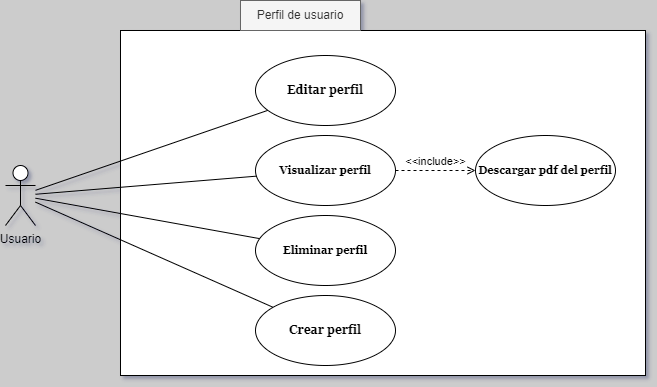
The draw.io diagram CU004.png in CH3MOO/SpecialityX, before a commit. Source tidied: cells renumbered, new cells last; positions are measured from the earlier drawing's top-left corner, leaving out a move shared by most shapes. Its diagram source:
```xml
<mxGraphModel background="#CCCCCC" shadow="1">
  <root>
    <mxCell id="0" />
    <mxCell id="1" parent="0" />
    <mxCell id="2" style="rounded=0;whiteSpace=wrap;html=1;" parent="1" vertex="1">
      <mxGeometry x="115" y="30" width="525" height="345" as="geometry" />
    </mxCell>
    <mxCell id="3" value="Usuario" style="shape=umlActor;verticalLabelPosition=bottom;verticalAlign=top;html=1;" parent="1" vertex="1">
      <mxGeometry y="165" width="30" height="60" as="geometry" />
    </mxCell>
    <mxCell id="4" value="Crear perfil" style="ellipse;whiteSpace=wrap;html=1;fontFamily=Georgia;fontStyle=1;" parent="1" vertex="1">
      <mxGeometry x="250" y="295" width="140" height="70" as="geometry" />
    </mxCell>
    <mxCell id="5" value="Editar perfil" style="ellipse;whiteSpace=wrap;html=1;fontFamily=Georgia;fontStyle=1;" parent="1" vertex="1">
      <mxGeometry x="250" y="55" width="140" height="70" as="geometry" />
    </mxCell>
    <mxCell id="6" value="Eliminar perfil" style="ellipse;whiteSpace=wrap;html=1;fontFamily=Georgia;fontStyle=1;fontSize=11;" parent="1" vertex="1">
      <mxGeometry x="250" y="215" width="140" height="70" as="geometry" />
    </mxCell>
    <mxCell id="7" style="endArrow=none;html=1;rounded=0;" parent="1" edge="1" source="3" target="4">
      <mxGeometry relative="1" as="geometry" />
    </mxCell>
    <mxCell id="8" value="Visualizar perfil" style="ellipse;whiteSpace=wrap;html=1;fontFamily=Georgia;fontStyle=1;fontSize=11;" parent="1" vertex="1">
      <mxGeometry x="250" y="135" width="140" height="70" as="geometry" />
    </mxCell>
    <mxCell id="9" style="endArrow=none;html=1;rounded=0;" parent="1" edge="1" source="3" target="5">
      <mxGeometry relative="1" as="geometry" />
    </mxCell>
    <mxCell id="10" style="endArrow=none;html=1;rounded=0;" parent="1" edge="1" source="3" target="6">
      <mxGeometry relative="1" as="geometry" />
    </mxCell>
    <mxCell id="11" style="endArrow=none;html=1;rounded=0;" parent="1" edge="1" source="3" target="8">
      <mxGeometry relative="1" as="geometry" />
    </mxCell>
    <mxCell id="12" value="Perfil de usuario" style="text;html=1;align=center;verticalAlign=middle;whiteSpace=wrap;rounded=0;fillColor=#f5f5f5;strokeColor=#666666;fontColor=#333333;" parent="1" vertex="1">
      <mxGeometry x="235" width="120" height="30" as="geometry" />
    </mxCell>
    <mxCell id="13" value="Descargar pdf del perfil" style="ellipse;whiteSpace=wrap;html=1;fontFamily=Georgia;fontStyle=1;fontSize=11;" parent="1" vertex="1">
      <mxGeometry x="470" y="135" width="140" height="70" as="geometry" />
    </mxCell>
    <mxCell id="14" value="&amp;lt;&amp;lt;include&amp;gt;&amp;gt;" style="html=1;verticalAlign=bottom;labelBackgroundColor=none;endArrow=open;endFill=0;dashed=1;rounded=0;" parent="1" edge="1" source="8" target="13">
      <mxGeometry relative="1" as="geometry" />
    </mxCell>
  </root>
</mxGraphModel>
```
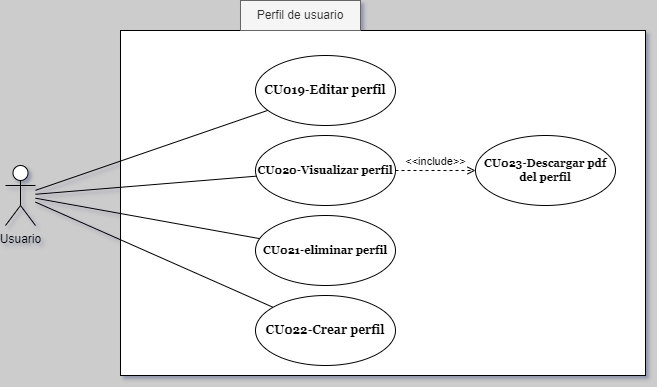
After the commit.

What changed in the source:
```diff
@@ -8,19 +8,19 @@
     <mxCell id="3" value="Usuario" style="shape=umlActor;verticalLabelPosition=bottom;verticalAlign=top;html=1;" parent="1" vertex="1">
       <mxGeometry y="165" width="30" height="60" as="geometry" />
     </mxCell>
-    <mxCell id="4" value="Crear perfil" style="ellipse;whiteSpace=wrap;html=1;fontFamily=Georgia;fontStyle=1;" parent="1" vertex="1">
+    <mxCell id="4" value="CU022-Crear perfil" style="ellipse;whiteSpace=wrap;html=1;fontFamily=Georgia;fontStyle=1;" parent="1" vertex="1">
       <mxGeometry x="250" y="295" width="140" height="70" as="geometry" />
     </mxCell>
-    <mxCell id="5" value="Editar perfil" style="ellipse;whiteSpace=wrap;html=1;fontFamily=Georgia;fontStyle=1;" parent="1" vertex="1">
+    <mxCell id="5" value="CU019-Editar perfil" style="ellipse;whiteSpace=wrap;html=1;fontFamily=Georgia;fontStyle=1;" parent="1" vertex="1">
       <mxGeometry x="250" y="55" width="140" height="70" as="geometry" />
     </mxCell>
-    <mxCell id="6" value="Eliminar perfil" style="ellipse;whiteSpace=wrap;html=1;fontFamily=Georgia;fontStyle=1;fontSize=11;" parent="1" vertex="1">
+    <mxCell id="6" value="CU021-eliminar perfil" style="ellipse;whiteSpace=wrap;html=1;fontFamily=Georgia;fontStyle=1;fontSize=11;" parent="1" vertex="1">
       <mxGeometry x="250" y="215" width="140" height="70" as="geometry" />
     </mxCell>
     <mxCell id="7" style="endArrow=none;html=1;rounded=0;" parent="1" edge="1" source="3" target="4">
       <mxGeometry relative="1" as="geometry" />
     </mxCell>
-    <mxCell id="8" value="Visualizar perfil" style="ellipse;whiteSpace=wrap;html=1;fontFamily=Georgia;fontStyle=1;fontSize=11;" parent="1" vertex="1">
+    <mxCell id="8" value="CU020-Visualizar perfil" style="ellipse;whiteSpace=wrap;html=1;fontFamily=Georgia;fontStyle=1;fontSize=11;" parent="1" vertex="1">
       <mxGeometry x="250" y="135" width="140" height="70" as="geometry" />
     </mxCell>
     <mxCell id="9" style="endArrow=none;html=1;rounded=0;" parent="1" edge="1" source="3" target="5">
@@ -35,7 +35,7 @@
     <mxCell id="12" value="Perfil de usuario" style="text;html=1;align=center;verticalAlign=middle;whiteSpace=wrap;rounded=0;fillColor=#f5f5f5;strokeColor=#666666;fontColor=#333333;" parent="1" vertex="1">
       <mxGeometry x="235" width="120" height="30" as="geometry" />
     </mxCell>
-    <mxCell id="13" value="Descargar pdf del perfil" style="ellipse;whiteSpace=wrap;html=1;fontFamily=Georgia;fontStyle=1;fontSize=11;" parent="1" vertex="1">
+    <mxCell id="13" value="CU023-Descargar pdf del perfil" style="ellipse;whiteSpace=wrap;html=1;fontFamily=Georgia;fontStyle=1;fontSize=11;" parent="1" vertex="1">
       <mxGeometry x="470" y="135" width="140" height="70" as="geometry" />
     </mxCell>
     <mxCell id="14" value="&amp;lt;&amp;lt;include&amp;gt;&amp;gt;" style="html=1;verticalAlign=bottom;labelBackgroundColor=none;endArrow=open;endFill=0;dashed=1;rounded=0;" parent="1" edge="1" source="8" target="13">
```
